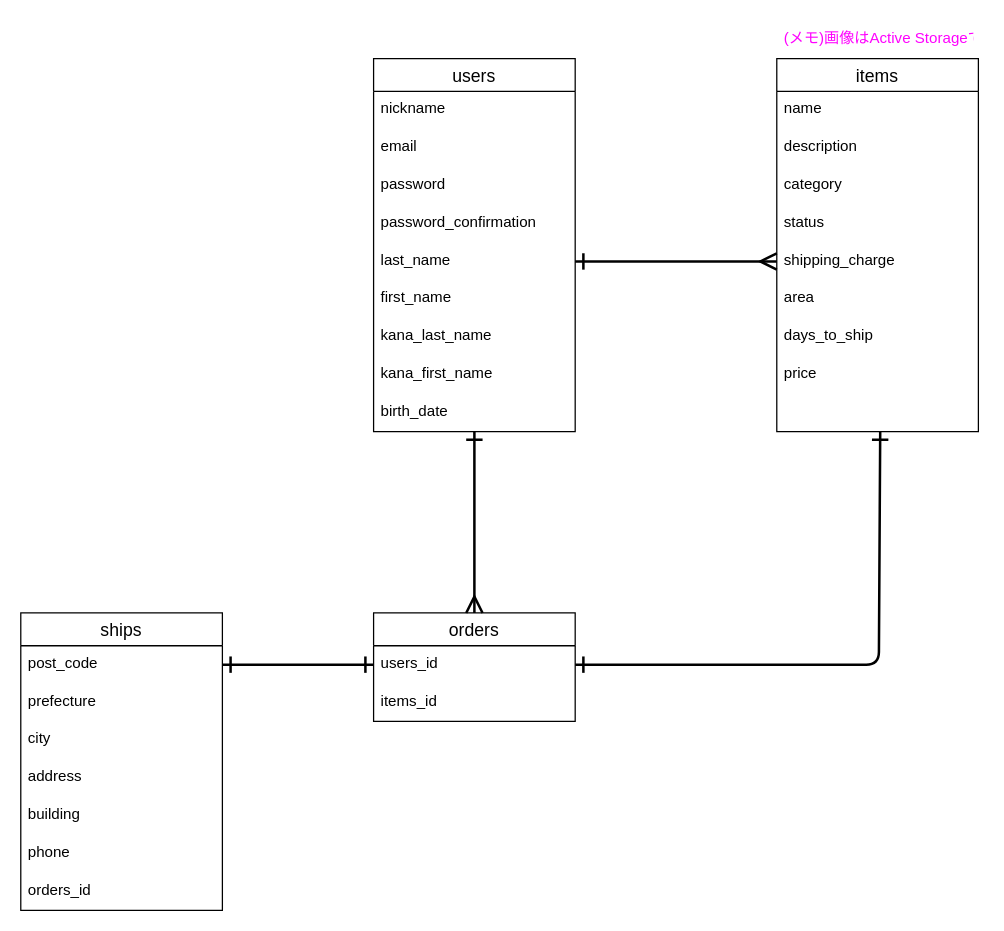
Earlier version of the draw.io diagram er.dio (miyazato1872/furima-38754). Source tidied: cells renumbered, new cells numbered last; positions are measured from the earlier drawing's top-left corner, leaving out a move shared by most shapes. Both pictures are drawn from the tidied source at 126%, with x=0, y=0 at pixel (20, 20).
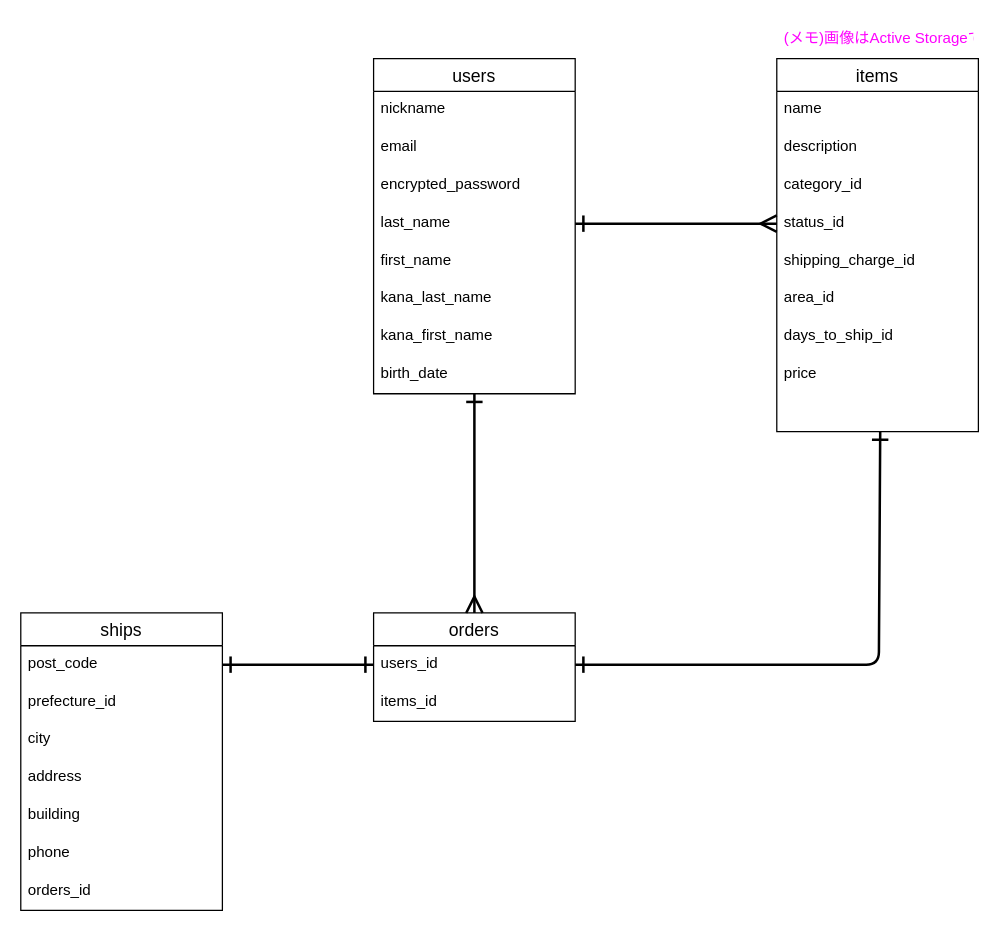
After the change.

Commit message (it also covers changes not shown here):
[再提出]ER図作成・READMEにデータベース設計の記述

Unchanged cells that the change refers to:
```xml
<mxCell id="2" value="items" style="swimlane;fontStyle=0;horizontal=1;startSize=26;align=center;fontSize=14;" parent="1" vertex="1">
  <mxGeometry x="600" y="30" width="160" height="296" as="geometry" />
</mxCell>
<mxCell id="25" value="ships" style="swimlane;fontStyle=0;horizontal=1;startSize=26;align=center;fontSize=14;" parent="1" vertex="1">
  <mxGeometry y="470" width="160" height="236" as="geometry" />
</mxCell>
```

What changed in the source:
```diff
@@
-    <mxCell id="5" value="category" style="text;strokeColor=none;fillColor=none;spacingLeft=4;spacingRight=4;overflow=hidden;fontSize=12;" parent="2" vertex="1">
+    <mxCell id="5" value="category_id" style="text;strokeColor=none;fillColor=none;spacingLeft=4;spacingRight=4;overflow=hidden;fontSize=12;" parent="2" vertex="1">
       <mxGeometry y="86" width="160" height="30" as="geometry" />
     </mxCell>
-    <mxCell id="6" value="status" style="text;strokeColor=none;fillColor=none;spacingLeft=4;spacingRight=4;overflow=hidden;points=[[0,0.5],[1,0.5]];portConstraint=eastwest;fontSize=12;" parent="2" vertex="1">
+    <mxCell id="6" value="status_id" style="text;strokeColor=none;fillColor=none;spacingLeft=4;spacingRight=4;overflow=hidden;points=[[0,0.5],[1,0.5]];portConstraint=eastwest;fontSize=12;" parent="2" vertex="1">
       <mxGeometry y="116" width="160" height="30" as="geometry" />
     </mxCell>
-    <mxCell id="7" value="shipping_charge" style="text;strokeColor=none;fillColor=none;spacingLeft=4;spacingRight=4;overflow=hidden;points=[[0,0.5],[1,0.5]];portConstraint=eastwest;fontSize=12;" parent="2" vertex="1">
+    <mxCell id="7" value="shipping_charge_id" style="text;strokeColor=none;fillColor=none;spacingLeft=4;spacingRight=4;overflow=hidden;points=[[0,0.5],[1,0.5]];portConstraint=eastwest;fontSize=12;" parent="2" vertex="1">
       <mxGeometry y="146" width="160" height="30" as="geometry" />
     </mxCell>
-    <mxCell id="8" value="area" style="text;strokeColor=none;fillColor=none;spacingLeft=4;spacingRight=4;overflow=hidden;fontSize=12;" parent="2" vertex="1">
+    <mxCell id="8" value="area_id" style="text;strokeColor=none;fillColor=none;spacingLeft=4;spacingRight=4;overflow=hidden;fontSize=12;" parent="2" vertex="1">
       <mxGeometry y="176" width="160" height="30" as="geometry" />
     </mxCell>
-    <mxCell id="9" value="days_to_ship" style="text;strokeColor=none;fillColor=none;spacingLeft=4;spacingRight=4;overflow=hidden;fontSize=12;" parent="2" vertex="1">
+    <mxCell id="9" value="days_to_ship_id" style="text;strokeColor=none;fillColor=none;spacingLeft=4;spacingRight=4;overflow=hidden;fontSize=12;" parent="2" vertex="1">
       <mxGeometry y="206" width="160" height="30" as="geometry" />
     </mxCell>
@@
     <mxCell id="12" value="users" style="swimlane;fontStyle=0;horizontal=1;startSize=26;align=center;fontSize=14;" parent="1" vertex="1">
-      <mxGeometry x="280" y="30" width="160" height="296" as="geometry" />
+      <mxGeometry x="280" y="30" width="160" height="266" as="geometry" />
     </mxCell>
@@
-    <mxCell id="15" value="password" style="text;strokeColor=none;fillColor=none;spacingLeft=4;spacingRight=4;overflow=hidden;fontSize=12;" parent="12" vertex="1">
+    <mxCell id="15" value="encrypted_password" style="text;strokeColor=none;fillColor=none;spacingLeft=4;spacingRight=4;overflow=hidden;fontSize=12;" parent="12" vertex="1">
       <mxGeometry y="86" width="160" height="30" as="geometry" />
     </mxCell>
-    <mxCell id="16" value="password_confirmation" style="text;strokeColor=none;fillColor=none;spacingLeft=4;spacingRight=4;overflow=hidden;fontSize=12;" parent="12" vertex="1">
-      <mxGeometry y="116" width="160" height="30" as="geometry" />
-    </mxCell>
     <mxCell id="17" value="last_name" style="text;strokeColor=none;fillColor=none;spacingLeft=4;spacingRight=4;overflow=hidden;points=[[0,0.5],[1,0.5]];portConstraint=eastwest;fontSize=12;" parent="12" vertex="1">
-      <mxGeometry y="146" width="160" height="30" as="geometry" />
+      <mxGeometry y="116" width="160" height="30" as="geometry" />
     </mxCell>
     <mxCell id="18" value="first_name" style="text;strokeColor=none;fillColor=none;spacingLeft=4;spacingRight=4;overflow=hidden;fontSize=12;" parent="12" vertex="1">
-      <mxGeometry y="176" width="160" height="30" as="geometry" />
+      <mxGeometry y="146" width="160" height="30" as="geometry" />
     </mxCell>
     <mxCell id="19" value="kana_last_name" style="text;strokeColor=none;fillColor=none;spacingLeft=4;spacingRight=4;overflow=hidden;fontSize=12;" parent="12" vertex="1">
-      <mxGeometry y="206" width="160" height="30" as="geometry" />
+      <mxGeometry y="176" width="160" height="30" as="geometry" />
     </mxCell>
     <mxCell id="20" value="kana_first_name" style="text;strokeColor=none;fillColor=none;spacingLeft=4;spacingRight=4;overflow=hidden;fontSize=12;" parent="12" vertex="1">
-      <mxGeometry y="236" width="160" height="30" as="geometry" />
+      <mxGeometry y="206" width="160" height="30" as="geometry" />
     </mxCell>
     <mxCell id="21" value="birth_date" style="text;strokeColor=none;fillColor=none;spacingLeft=4;spacingRight=4;overflow=hidden;points=[[0,0.5],[1,0.5]];portConstraint=eastwest;fontSize=12;" parent="12" vertex="1">
-      <mxGeometry y="266" width="160" height="30" as="geometry" />
+      <mxGeometry y="236" width="160" height="30" as="geometry" />
     </mxCell>
@@
-    <mxCell id="27" value="prefecture" style="text;strokeColor=none;fillColor=none;spacingLeft=4;spacingRight=4;overflow=hidden;fontSize=12;" parent="25" vertex="1">
+    <mxCell id="27" value="prefecture_id" style="text;strokeColor=none;fillColor=none;spacingLeft=4;spacingRight=4;overflow=hidden;fontSize=12;" parent="25" vertex="1">
       <mxGeometry y="56" width="160" height="30" as="geometry" />
     </mxCell>
@@
-    <mxCell id="33" style="edgeStyle=none;html=1;exitX=1;exitY=0.5;exitDx=0;exitDy=0;startArrow=ERone;startFill=0;endArrow=ERmany;endFill=0;strokeWidth=2;endSize=10;startSize=10;targetPerimeterSpacing=10;sourcePerimeterSpacing=10;entryX=0;entryY=0.5;entryDx=0;entryDy=0;" parent="1" edge="1" source="17" target="7">
+    <mxCell id="33" style="edgeStyle=none;html=1;exitX=1;exitY=0.5;exitDx=0;exitDy=0;startArrow=ERone;startFill=0;endArrow=ERmany;endFill=0;strokeWidth=2;endSize=10;startSize=10;targetPerimeterSpacing=10;sourcePerimeterSpacing=10;entryX=0;entryY=0.5;entryDx=0;entryDy=0;" parent="1" edge="1" source="17" target="6">
       <mxGeometry relative="1" as="geometry" />
     </mxCell>
```
